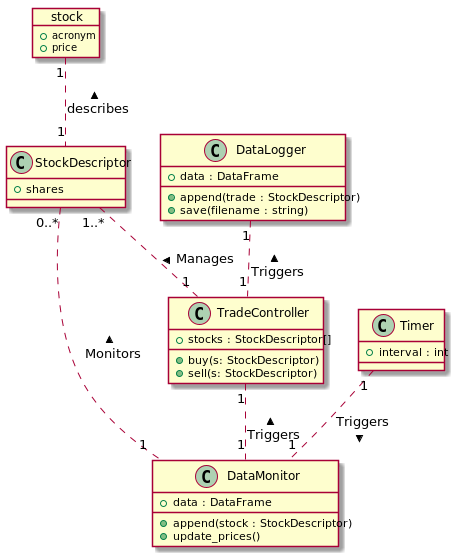
This is Domain_Model_Diagram.png from aaron-jencks/alpaca_stock_tradebot, a PlantUML export, as it was before one commit.
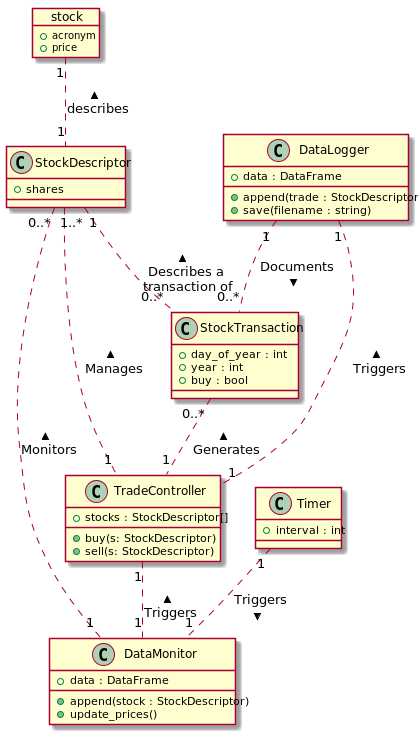
After the commit.

Diff of the diagram source:
```diff
@@ -34,6 +34,16 @@
 
 Timer "1" .. "1" DataMonitor : > Triggers
 
+class StockTransaction {
+    + day_of_year : int
+    + year : int
+    + buy : bool
+}
+
+StockDescriptor "1" .. "0..*" StockTransaction : < Describes a\ntransaction of
+
+StockTransaction "0..*" .. "1" TradeController : < Generates
+
 class DataLogger {
     + data : DataFrame
     + append(trade : StockDescriptor)
@@ -41,5 +51,6 @@
 }
 
 DataLogger "1" .. "1" TradeController : < Triggers
+DataLogger "1" .. "0..*" StockTransaction : > Documents
 
 @enduml
```
